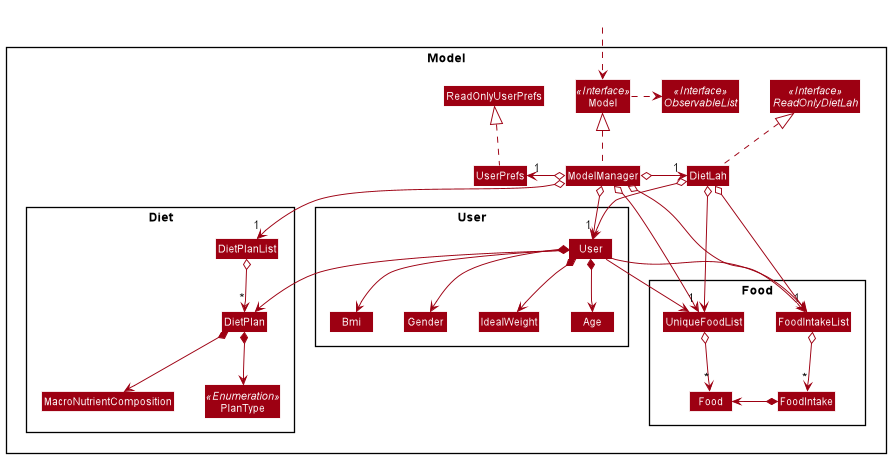
Above: docs/images/ModelClassDiagram.png in nus-cs2103-AY2021S2/tp (PlantUML), before the change. Its source is kept beside it as docs/diagrams/ModelClassDiagram.puml.
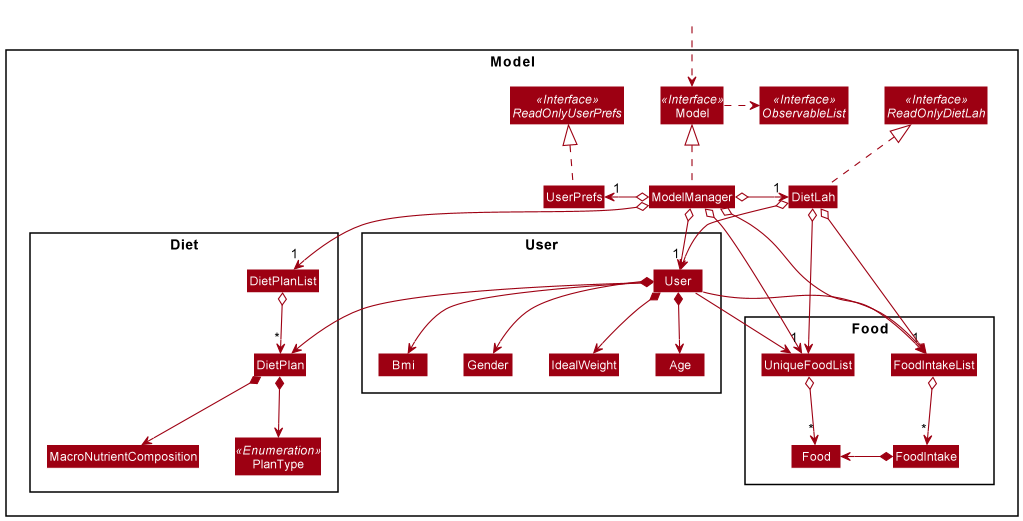
After the commit.

Commit message:
Fix diagram bug

The edit, as a diff of the source:
```diff
@@ -8,11 +8,12 @@
 Interface ReadOnlyDietLah <<Interface>>
 Interface Model <<Interface>>
 Interface ObservableList <<Interface>>
+Interface ReadOnlyUserPrefs <<Interface>>
 Class DietLah
 Class Model
 Class ModelManager
 Class UserPrefs
-Class ReadOnlyUserPrefs
+
 
 Package Diet {
 Class DietPlan
```
